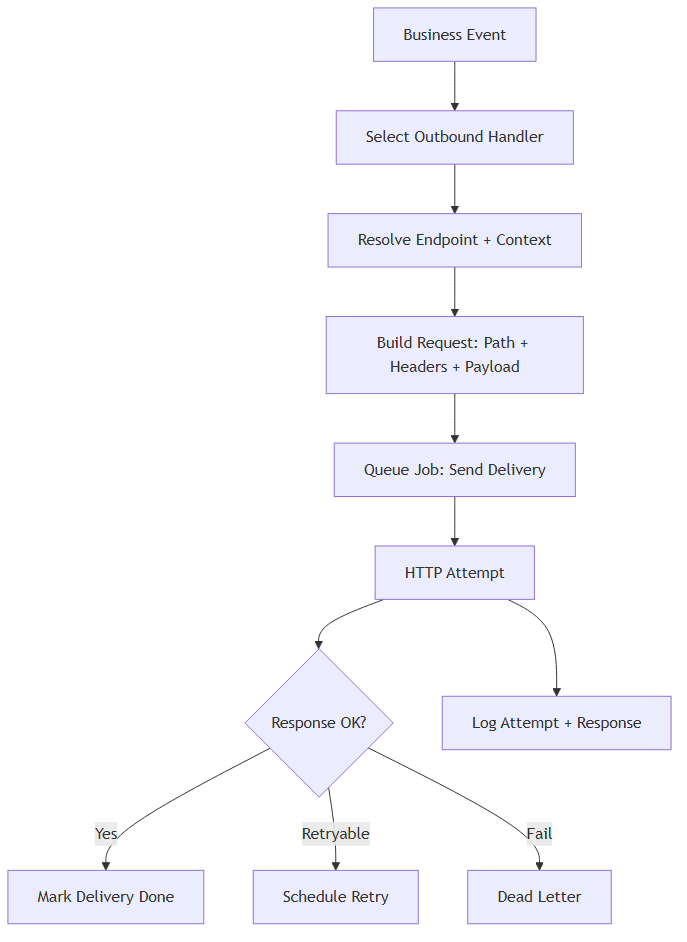
Above: bwt_webhooks_outbound/static/description/diagrams/webhooks-outbound-flow.png in bitwise-hq/odoo-webhooks (Mermaid), before the change. Its source is kept beside it as docs/diagrams/webhooks-outbound-flow.mmd.
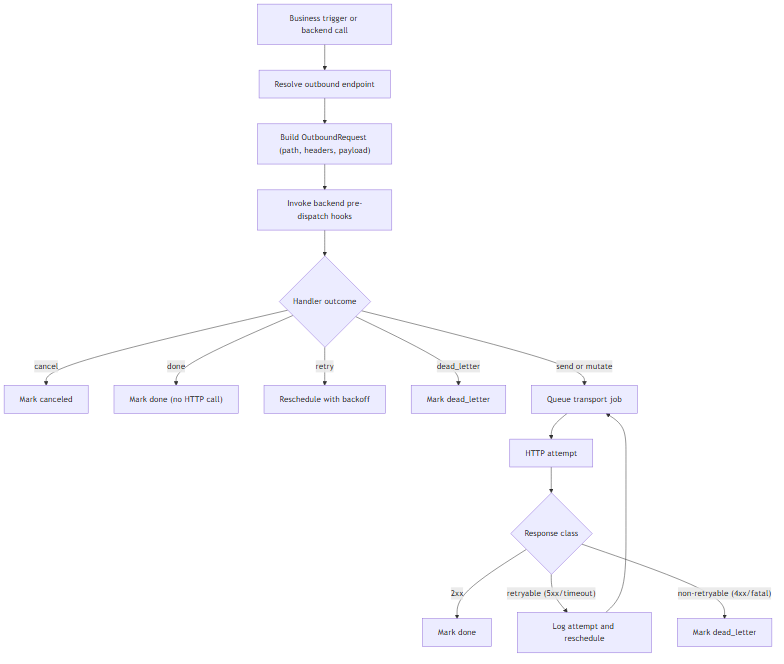
Later version of the same file.

Change to the diagram source:
```diff
@@ -1,11 +1,16 @@
 flowchart TD
-  A["Business Event"] --> B["Select Outbound Handler"]
-  B --> C["Resolve Endpoint + Context"]
-  C --> D["Build Request: Path + Headers + Payload"]
-  D --> E["Queue Job: Send Delivery"]
-  E --> F["HTTP Attempt"]
-  F --> G{"Response OK?"}
-  G -- Yes --> H["Mark Delivery Done"]
-  G -- Retryable --> I["Schedule Retry"]
-  G -- Fail --> J["Dead Letter"]
-  F --> K["Log Attempt + Response"]
+  A["Business trigger or backend call"] --> B["Resolve outbound endpoint"]
+  B --> C["Build OutboundRequest (path, headers, payload)"]
+  C --> D["Invoke backend pre-dispatch hooks"]
+  D --> E{"Handler outcome"}
+  E -- cancel --> F["Mark canceled"]
+  E -- done --> G["Mark done (no HTTP call)"]
+  E -- retry --> H["Reschedule with backoff"]
+  E -- dead_letter --> I["Mark dead_letter"]
+  E -- send or mutate --> J["Queue transport job"]
+  J --> K["HTTP attempt"]
+  K --> L{"Response class"}
+  L -- 2xx --> M["Mark done"]
+  L -- retryable (5xx/timeout) --> N["Log attempt and reschedule"]
+  L -- non-retryable (4xx/fatal) --> O["Mark dead_letter"]
+  N --> J
```
